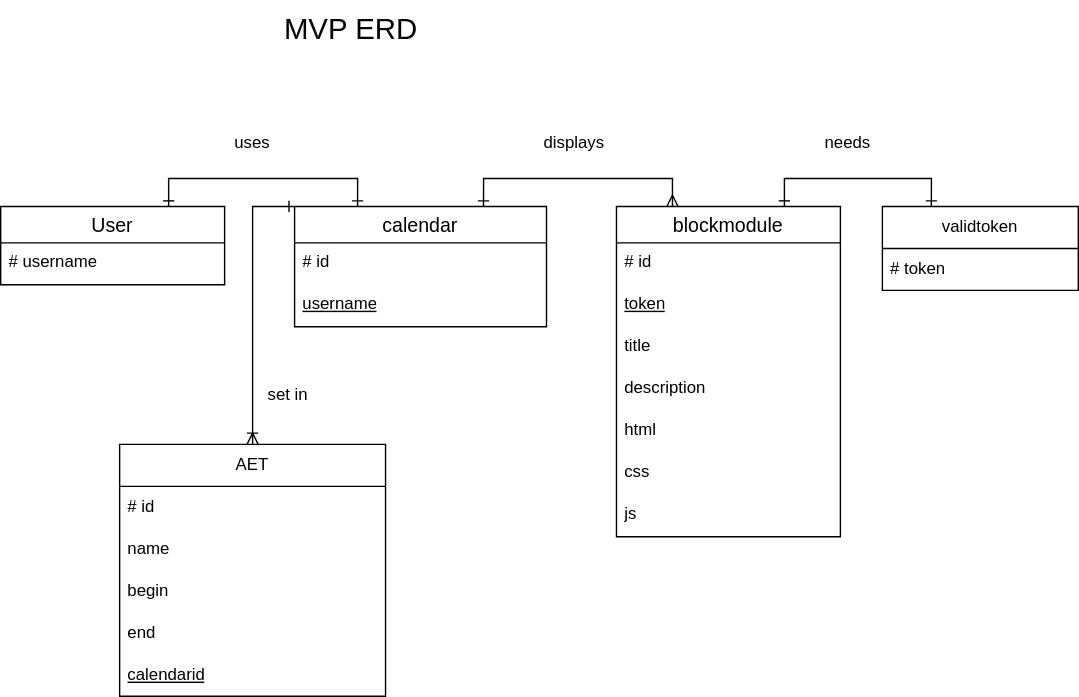
The draw.io diagram diagrams/MVP_ERD.drawio.svg in YanniAlshoufiHTL/NiiC, before a commit. Source tidied: cells renumbered, new cells last; positions are measured from the earlier drawing's top-left corner, leaving out a move shared by most shapes.
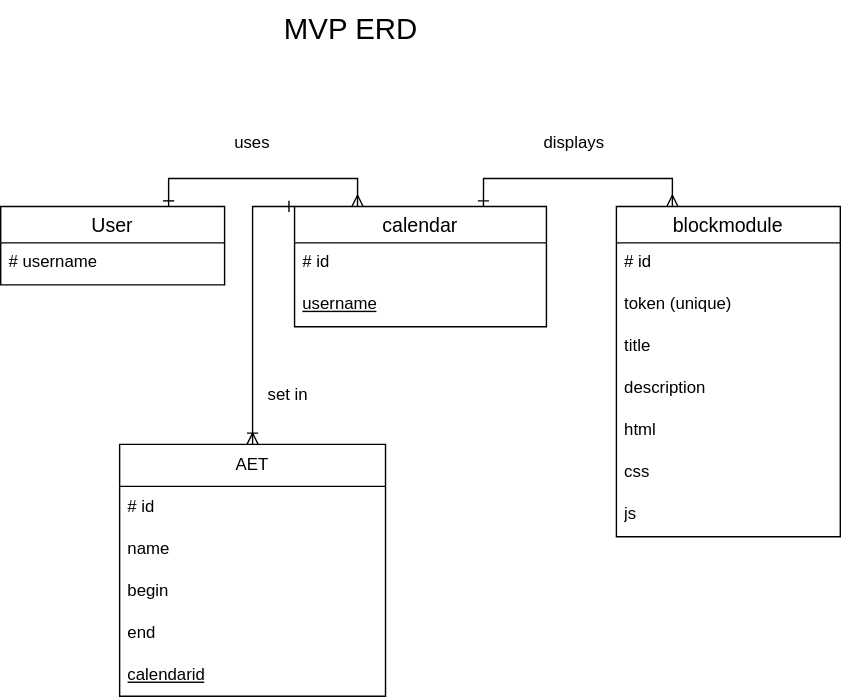
The same file after the commit.

Commit message:
updating ERD-Diagram

Change to the diagram source:
```diff
@@ -2,8 +2,13 @@
   <root>
     <mxCell id="0" />
     <mxCell id="1" parent="0" />
-    <mxCell id="2" style="edgeStyle=orthogonalEdgeStyle;rounded=0;jettySize=auto;html=1;exitX=0.75;exitY=0;exitDx=0;exitDy=0;entryX=0.25;entryY=0;entryDx=0;entryDy=0;startArrow=ERone;startFill=0;endArrow=ERone;endFill=0;" parent="1" edge="1" source="3" target="5">
-      <mxGeometry relative="1" as="geometry" />
+    <mxCell id="2" style="edgeStyle=orthogonalEdgeStyle;rounded=0;jettySize=auto;html=1;exitX=0.75;exitY=0;exitDx=0;exitDy=0;entryX=0.25;entryY=0;entryDx=0;entryDy=0;startArrow=ERone;startFill=0;endArrow=ERmany;endFill=0;" parent="1" edge="1" source="3" target="5">
+      <mxGeometry relative="1" as="geometry">
+        <Array as="points">
+          <mxPoint x="120" y="127" />
+          <mxPoint x="255" y="127" />
+        </Array>
+      </mxGeometry>
     </mxCell>
     <mxCell id="3" value="User" style="swimlane;fontStyle=0;horizontal=1;startSize=26;align=center;fontSize=14;" parent="1" vertex="1">
       <mxGeometry y="147" width="160" height="56" as="geometry" />
@@ -23,16 +28,13 @@
     <mxCell id="8" style="edgeStyle=orthogonalEdgeStyle;rounded=0;jettySize=auto;html=1;exitX=0.25;exitY=0;exitDx=0;exitDy=0;entryX=0.75;entryY=0;entryDx=0;entryDy=0;endArrow=ERone;endFill=0;startArrow=ERmany;startFill=0;" parent="1" edge="1" source="10" target="5">
       <mxGeometry relative="1" as="geometry" />
     </mxCell>
-    <mxCell id="9" style="edgeStyle=orthogonalEdgeStyle;rounded=0;jettySize=auto;html=1;exitX=0.75;exitY=0;exitDx=0;exitDy=0;entryX=0.25;entryY=0;entryDx=0;entryDy=0;startArrow=ERone;startFill=0;endArrow=ERone;endFill=0;" parent="1" edge="1" source="10" target="25">
-      <mxGeometry relative="1" as="geometry" />
-    </mxCell>
     <mxCell id="10" value="blockmodule" style="swimlane;fontStyle=0;horizontal=1;startSize=26;align=center;fontSize=14;" parent="1" vertex="1">
       <mxGeometry x="440" y="147" width="160" height="236" as="geometry" />
     </mxCell>
     <mxCell id="11" value="# id" style="text;strokeColor=none;fillColor=none;spacingLeft=4;spacingRight=4;overflow=hidden;fontSize=12;whiteSpace=wrap;html=1;" parent="10" vertex="1">
       <mxGeometry y="26" width="160" height="30" as="geometry" />
     </mxCell>
-    <mxCell id="12" value="&lt;u&gt;token&lt;/u&gt;" style="text;strokeColor=none;fillColor=none;spacingLeft=4;spacingRight=4;overflow=hidden;fontSize=12;whiteSpace=wrap;html=1;" parent="10" vertex="1">
+    <mxCell id="12" value="token (unique)" style="text;strokeColor=none;fillColor=none;spacingLeft=4;spacingRight=4;overflow=hidden;fontSize=12;whiteSpace=wrap;html=1;" parent="10" vertex="1">
       <mxGeometry y="56" width="160" height="30" as="geometry" />
     </mxCell>
     <mxCell id="13" value="title" style="text;strokeColor=none;fillColor=none;spacingLeft=4;spacingRight=4;overflow=hidden;fontSize=12;whiteSpace=wrap;html=1;" parent="10" vertex="1">
@@ -75,12 +77,6 @@
     <mxCell id="24" value="&lt;u&gt;calendarid&lt;/u&gt;" style="text;strokeColor=none;fillColor=none;align=left;verticalAlign=middle;spacingLeft=4;spacingRight=4;overflow=hidden;whiteSpace=wrap;html=1;" parent="19" vertex="1">
       <mxGeometry y="150" width="190" height="30" as="geometry" />
     </mxCell>
-    <mxCell id="25" value="validtoken" style="swimlane;fontStyle=0;horizontal=1;startSize=30;whiteSpace=wrap;html=1;" parent="1" vertex="1">
-      <mxGeometry x="630" y="147" width="140" height="60" as="geometry" />
-    </mxCell>
-    <mxCell id="26" value="# token" style="text;strokeColor=none;fillColor=none;align=left;verticalAlign=middle;spacingLeft=4;spacingRight=4;overflow=hidden;whiteSpace=wrap;html=1;" parent="25" vertex="1">
-      <mxGeometry y="30" width="140" height="30" as="geometry" />
-    </mxCell>
     <mxCell id="27" value="uses" style="text;html=1;align=center;verticalAlign=middle;whiteSpace=wrap;rounded=0;" parent="1" vertex="1">
       <mxGeometry x="150" y="87" width="60" height="30" as="geometry" />
     </mxCell>
@@ -90,9 +86,6 @@
     <mxCell id="29" value="&lt;font style=&quot;font-size: 21px;&quot;&gt;MVP ERD&lt;/font&gt;" style="text;html=1;align=center;verticalAlign=middle;strokeColor=none;fillColor=none;" parent="1" vertex="1">
       <mxGeometry x="190" width="120" height="40" as="geometry" />
     </mxCell>
-    <mxCell id="30" value="needs" style="text;html=1;align=center;verticalAlign=middle;strokeColor=none;fillColor=none;" parent="1" vertex="1">
-      <mxGeometry x="575" y="87" width="60" height="30" as="geometry" />
-    </mxCell>
     <mxCell id="31" value="set in" style="text;html=1;align=center;verticalAlign=middle;strokeColor=none;fillColor=none;" parent="1" vertex="1">
       <mxGeometry x="180" y="267" width="50" height="30" as="geometry" />
     </mxCell>
```
